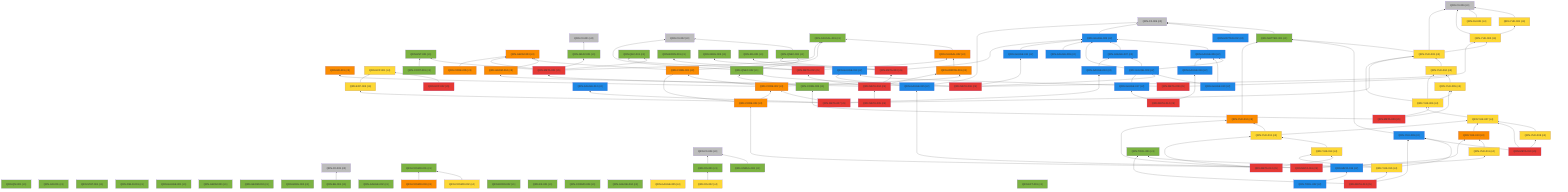
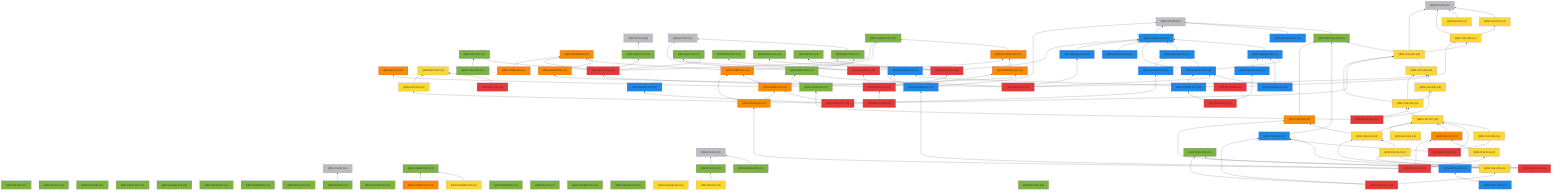
%% 自動生成 (dag/report.pl) — QRN 主張依存グラフ
graph BT
  QRN_C0_001["QRN-C0-001 (c0)"]:::c0
  QRN_C0_002["QRN-C0-002 (c0)"]:::c0
  QRN_C0_003["QRN-C0-003 (c0)"]:::c0
  QRN_C0_004["QRN-C0-004 (c0)"]:::c0
  QRN_C0_005["QRN-C0-005 (c0)"]:::c0
  QRN_C0_006["QRN-C0-006 (c0)"]:::c0
  QRN_QM_001["QRN-QM-001 (c1)"]:::c1
  QRN_GR_001["QRN-GR-001 (c1)"]:::c1
  QRN_STAT_001["QRN-STAT-001 (c1)"]:::c1
  QRN_FIELD_001["QRN-FIELD-001 (c1)"]:::c1
  QRN_GAUGE_001["QRN-GAUGE-001 (c1)"]:::c1
  QRN_ENT_001["QRN-ENT-001 (c1)"]:::c1
  QRN_GEOM_001["QRN-GEOM-001 (c1)"]:::c1
  QRN_GEOM_002["QRN-GEOM-002 (c1)"]:::c1
  QRN_GEOM_003["QRN-GEOM-003 (c3)"]:::c3
  QRN_GRAV_001["QRN-GRAV-001 (c1)"]:::c1
  QRN_GRAV_002["QRN-GRAV-002 (c1)"]:::c1
  QRN_BH_001["QRN-BH-001 (c1)"]:::c1
  QRN_CAUSAL_001["QRN-CAUSAL-001 (c1)"]:::c1
  QRN_CAUSAL_002["QRN-CAUSAL-002 (c3)"]:::c3
  QRN_ER_001["QRN-ER-001 (c3)"]:::c3
  QRN_QEC_001["QRN-QEC-001 (c1)"]:::c1
  QRN_GAUGE_002["QRN-GAUGE-002 (c1)"]:::c1
  QRN_COSMO_001["QRN-COSMO-001 (c1)"]:::c1
  QRN_COSMO_002["QRN-COSMO-002 (c4)"]:::c4
  QRN_COSMO_003["QRN-COSMO-003 (c3)"]:::c3
  QRN_BORN_001["QRN-BORN-001 (c1)"]:::c1
  QRN_BORN_002["QRN-BORN-002 (c1)"]:::c1
  QRN_GRAV_003["QRN-GRAV-003 (c1)"]:::c1
  QRN_KK_001["QRN-KK-001 (c1)"]:::c1
  QRN_MATTER_001["QRN-MATTER-001 (c1)"]:::c1
  QRN_MATTER_002["QRN-MATTER-002 (c2)"]:::c2
  QRN_COSMO_004["QRN-COSMO-004 (c1)"]:::c1
  QRN_EXP_001["QRN-EXP-001 (c4)"]:::c4
  QRN_GAUGE_003["QRN-GAUGE-003 (c2)"]:::c2
  QRN_GAUGE_004["QRN-GAUGE-004 (c1)"]:::c1
  QRN_GAUGE_005["QRN-GAUGE-005 (c4)"]:::c4
  QRN_YUK_001["QRN-YUK-001 (c4)"]:::c4
  QRN_RG_001["QRN-RG-001 (c1)"]:::c1
  QRN_UNRUH_001["QRN-UNRUH-001 (c1)"]:::c1
  QRN_QNEC_001["QRN-QNEC-001 (c1)"]:::c1
  QRN_NU_001["QRN-NU-001 (c4)"]:::c4
  QRN_GAUGE_006["QRN-GAUGE-006 (c2)"]:::c2
  QRN_DS_001["QRN-DS-001 (c1)"]:::c1
  QRN_DS_002["QRN-DS-002 (c4)"]:::c4
  QRN_ARROW_001["QRN-ARROW-001 (c3)"]:::c3
  QRN_GAUGE_007["QRN-GAUGE-007 (c2)"]:::c2
  QRN_EFT_001["QRN-EFT-001 (c1)"]:::c1
  QRN_GAUGE_008["QRN-GAUGE-008 (c2)"]:::c2
  QRN_GAUGE_009["QRN-GAUGE-009 (c2)"]:::c2
  QRN_GAUGE_010["QRN-GAUGE-010 (c2)"]:::c2
  QRN_QNEC_002["QRN-QNEC-002 (c1)"]:::c1
  QRN_GEOM_004["QRN-GEOM-004 (c3)"]:::c3
  QRN_YUK_002["QRN-YUK-002 (c4)"]:::c4
  QRN_EXP_002["QRN-EXP-002 (c5)"]:::c5
  QRN_CORE_001["QRN-CORE-001 (c3)"]:::c3
  QRN_GAUGE_011["QRN-GAUGE-011 (c2)"]:::c2
  QRN_GAUGE_012["QRN-GAUGE-012 (c2)"]:::c2
  QRN_YUK_003["QRN-YUK-003 (c4)"]:::c4
  QRN_EXP_003["QRN-EXP-003 (c4)"]:::c4
  QRN_CORE_002["QRN-CORE-002 (c3)"]:::c3
  QRN_GAUGE_013["QRN-GAUGE-013 (c2)"]:::c2
  QRN_YUK_004["QRN-YUK-004 (c4)"]:::c4
  QRN_GAUGE_014["QRN-GAUGE-014 (c2)"]:::c2
  QRN_META_001["QRN-META-001 (c5)"]:::c5
  QRN_META_002["QRN-META-002 (c5)"]:::c5
  QRN_META_003["QRN-META-003 (c5)"]:::c5
  QRN_META_004["QRN-META-004 (c5)"]:::c5
  QRN_META_005["QRN-META-005 (c5)"]:::c5
  QRN_META_006["QRN-META-006 (c5)"]:::c5
  QRN_META_007["QRN-META-007 (c5)"]:::c5
  QRN_META_008["QRN-META-008 (c5)"]:::c5
  QRN_YUK_005["QRN-YUK-005 (c4)"]:::c4
  QRN_YUK_006["QRN-YUK-006 (c4)"]:::c4
  QRN_CORE_003["QRN-CORE-003 (c1)"]:::c1
  QRN_META_009["QRN-META-009 (c5)"]:::c5
  QRN_YUK_007["QRN-YUK-007 (c4)"]:::c4
  QRN_YUK_008["QRN-YUK-008 (c4)"]:::c4
  QRN_YUK_009["QRN-YUK-009 (c2)"]:::c2
  QRN_META_010["QRN-META-010 (c5)"]:::c5
  QRN_GAUGE_015["QRN-GAUGE-015 (c2)"]:::c2
  QRN_YUK_010["QRN-YUK-010 (c3)"]:::c3
  QRN_YUK_011["QRN-YUK-011 (c4)"]:::c4
  QRN_CORE_004["QRN-CORE-004 (c3)"]:::c3
  QRN_META_011["QRN-META-011 (c5)"]:::c5
  QRN_YUK_012["QRN-YUK-012 (c3)"]:::c3
  QRN_YUK_013["QRN-YUK-013 (c4)"]:::c4
  QRN_YUK_014["QRN-YUK-014 (c4)"]:::c4
  QRN_META_012["QRN-META-012 (c5)"]:::c5
  QRN_TOOL_001["QRN-TOOL-001 (c1)"]:::c1
  QRN_YUK_015["QRN-YUK-015 (c4)"]:::c4
  QRN_META_013["QRN-META-013 (c5)"]:::c5
  QRN_GAUGE_016["QRN-GAUGE-016 (c2)"]:::c2
  QRN_GAUGE_017["QRN-GAUGE-017 (c2)"]:::c2
  QRN_META_014["QRN-META-014 (c5)"]:::c5
  QRN_META_015["QRN-META-015 (c2)"]:::c2
  QRN_TOOL_002["QRN-TOOL-002 (c2)"]:::c2
  QRN_CORE_005["QRN-CORE-005 (c3)"]:::c3
  QRN_CONT_001["QRN-CONT-001 (c1)"]:::c1
+   QRN_SEL_001["QRN-SEL-001 (c4)"]:::c4
  QRN_GRAV_001 --> QRN_C0_001
  QRN_BH_001 --> QRN_C0_003
  QRN_CAUSAL_002 --> QRN_CAUSAL_001
  QRN_COSMO_002 --> QRN_COSMO_001
  QRN_COSMO_003 --> QRN_COSMO_001
  QRN_MATTER_001 --> QRN_C0_005
  QRN_MATTER_002 --> QRN_C0_005
  QRN_GAUGE_003 --> QRN_C0_005
  QRN_YUK_001 --> QRN_C0_006
  QRN_UNRUH_001 --> QRN_C0_004
  QRN_QNEC_001 --> QRN_C0_002
  QRN_NU_001 --> QRN_C0_006
  QRN_GAUGE_006 --> QRN_GAUGE_003
  QRN_DS_001 --> QRN_C0_004
  QRN_DS_002 --> QRN_DS_001
  QRN_ARROW_001 --> QRN_CAUSAL_002
  QRN_GAUGE_007 --> QRN_GAUGE_003
  QRN_GAUGE_008 --> QRN_GAUGE_003
  QRN_GAUGE_008 --> QRN_GAUGE_006
  QRN_GAUGE_008 --> QRN_GAUGE_007
  QRN_GAUGE_009 --> QRN_GAUGE_003
  QRN_GAUGE_010 --> QRN_GAUGE_006
  QRN_GAUGE_010 --> QRN_GAUGE_008
  QRN_QNEC_002 --> QRN_C0_002
  QRN_QNEC_002 --> QRN_QNEC_001
  QRN_GEOM_004 --> QRN_GEOM_003
  QRN_YUK_002 --> QRN_C0_006
  QRN_YUK_002 --> QRN_YUK_001
  QRN_EXP_002 --> QRN_EXP_001
  QRN_CORE_001 --> QRN_GEOM_003
  QRN_CORE_001 --> QRN_CAUSAL_001
  QRN_GAUGE_011 --> QRN_GAUGE_003
  QRN_YUK_003 --> QRN_C0_006
  QRN_YUK_003 --> QRN_MATTER_001
  QRN_YUK_003 --> QRN_YUK_002
  QRN_EXP_003 --> QRN_EXP_001
  QRN_CORE_002 --> QRN_CORE_001
  QRN_CORE_002 --> QRN_ER_001
  QRN_CORE_002 --> QRN_ARROW_001
  QRN_GAUGE_013 --> QRN_GAUGE_007
  QRN_YUK_004 --> QRN_YUK_003
  QRN_META_001 --> QRN_GEOM_003
  QRN_META_001 --> QRN_GRAV_001
  QRN_META_001 --> QRN_CAUSAL_001
  QRN_META_001 --> QRN_QEC_001
  QRN_META_001 --> QRN_ENT_001
  QRN_META_002 --> QRN_QEC_001
  QRN_META_002 --> QRN_BORN_001
  QRN_META_002 --> QRN_CAUSAL_002
  QRN_META_003 --> QRN_GAUGE_003
  QRN_META_003 --> QRN_RG_001
  QRN_META_003 --> QRN_QNEC_001
  QRN_META_003 --> QRN_GRAV_003
  QRN_META_004 --> QRN_META_001
  QRN_META_004 --> QRN_META_002
  QRN_META_004 --> QRN_META_003
  QRN_META_004 --> QRN_ARROW_001
  QRN_META_005 --> QRN_META_004
  QRN_META_006 --> QRN_GAUGE_008
  QRN_META_006 --> QRN_QNEC_002
  QRN_META_006 --> QRN_GEOM_004
  QRN_META_006 --> QRN_YUK_002
  QRN_META_006 --> QRN_GAUGE_011
  QRN_META_007 --> QRN_GAUGE_012
  QRN_META_007 --> QRN_YUK_003
  QRN_META_007 --> QRN_EXP_003
  QRN_META_007 --> QRN_CORE_002
  QRN_META_007 --> QRN_GAUGE_013
  QRN_META_008 --> QRN_YUK_004
  QRN_META_008 --> QRN_GAUGE_014
  QRN_YUK_005 --> QRN_YUK_004
  QRN_YUK_006 --> QRN_YUK_003
  QRN_YUK_006 --> QRN_YUK_004
  QRN_YUK_006 --> QRN_YUK_005
  QRN_CORE_003 --> QRN_QNEC_002
  QRN_META_009 --> QRN_YUK_005
  QRN_META_009 --> QRN_YUK_006
  QRN_META_009 --> QRN_CORE_003
  QRN_YUK_007 --> QRN_YUK_006
  QRN_YUK_008 --> QRN_YUK_007
  QRN_YUK_009 --> QRN_MATTER_001
  QRN_META_010 --> QRN_YUK_007
  QRN_META_010 --> QRN_YUK_008
  QRN_META_010 --> QRN_YUK_009
  QRN_GAUGE_015 --> QRN_C0_005
  QRN_GAUGE_015 --> QRN_GAUGE_014
  QRN_YUK_010 --> QRN_YUK_007
  QRN_YUK_011 --> QRN_YUK_010
  QRN_CORE_004 --> QRN_CORE_001
  QRN_CORE_004 --> QRN_CORE_002
  QRN_META_011 --> QRN_GAUGE_015
  QRN_META_011 --> QRN_YUK_010
  QRN_META_011 --> QRN_YUK_011
  QRN_META_011 --> QRN_CORE_004
  QRN_YUK_012 --> QRN_MATTER_001
  QRN_YUK_013 --> QRN_YUK_012
  QRN_YUK_013 --> QRN_YUK_007
  QRN_YUK_014 --> QRN_YUK_013
  QRN_META_012 --> QRN_YUK_012
  QRN_META_012 --> QRN_YUK_013
  QRN_META_012 --> QRN_YUK_014
  QRN_YUK_015 --> QRN_YUK_014
  QRN_YUK_015 --> QRN_TOOL_001
  QRN_YUK_015 --> QRN_YUK_009
  QRN_META_013 --> QRN_YUK_015
  QRN_META_013 --> QRN_TOOL_001
  QRN_META_013 --> QRN_YUK_009
  QRN_GAUGE_016 --> QRN_GAUGE_006
  QRN_GAUGE_017 --> QRN_GAUGE_008
  QRN_META_014 --> QRN_GAUGE_016
  QRN_META_014 --> QRN_GAUGE_017
  QRN_TOOL_002 --> QRN_META_015
  QRN_CORE_005 --> QRN_GEOM_003
  QRN_CONT_001 --> QRN_ENT_001
+   QRN_SEL_001 --> QRN_YUK_007
  classDef c0 fill:#bdbdbd
  classDef c1 fill:#7cb342
  classDef c2 fill:#1e88e5
  classDef c3 fill:#fb8c00
  classDef c4 fill:#fdd835
  classDef c5 fill:#e53935
